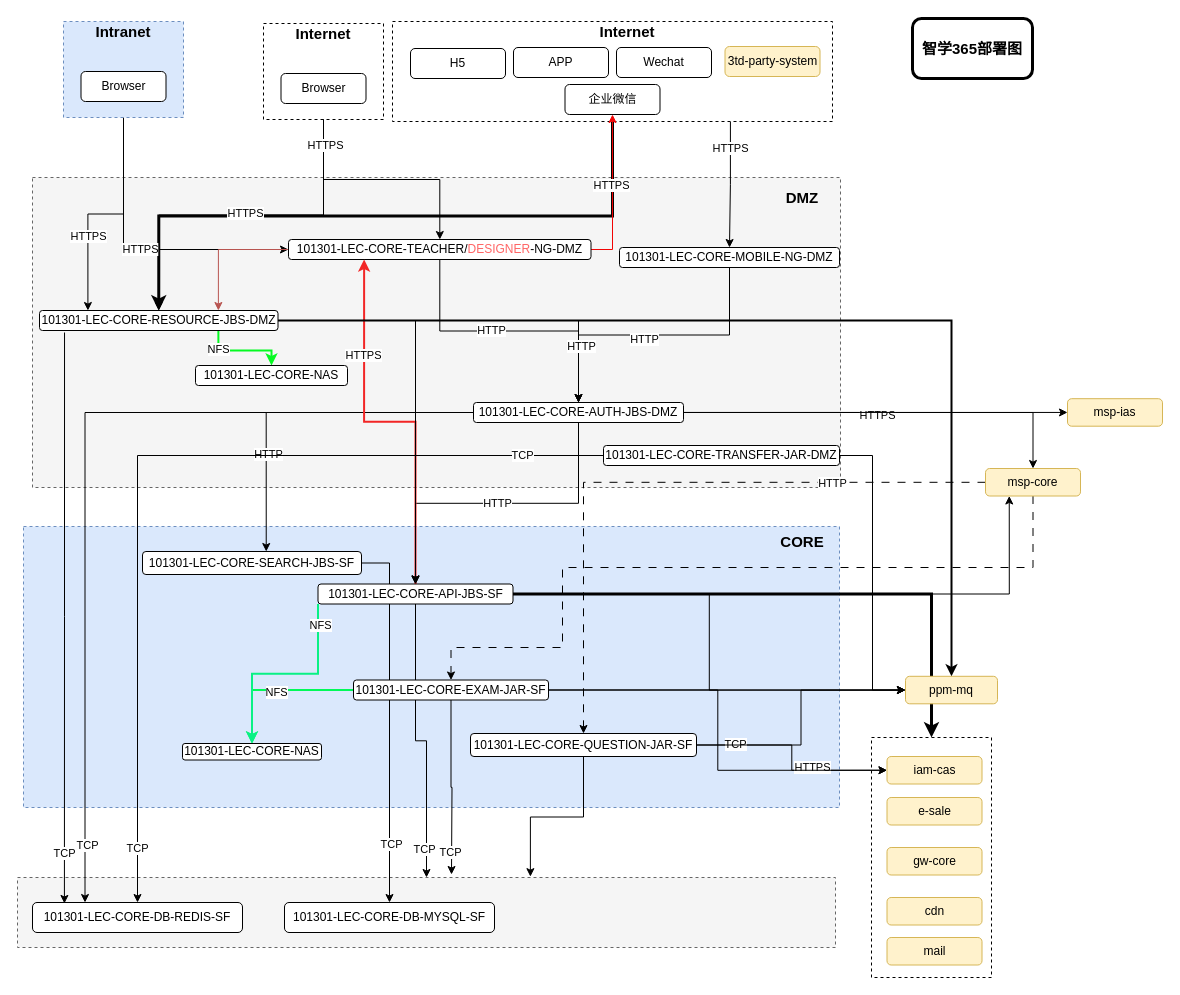
Earlier version of the draw.io diagram page "第 2 页" (2 of 2) of 部署逻辑图.drawio (rainerpiao/cloud-computing). Source tidied: cells renumbered, new cells numbered last; positions are measured from the earlier drawing's top-left corner, leaving out a move shared by most shapes. Both pictures are drawn from the tidied source at 100%, with x=0, y=0 at pixel (17, 18).
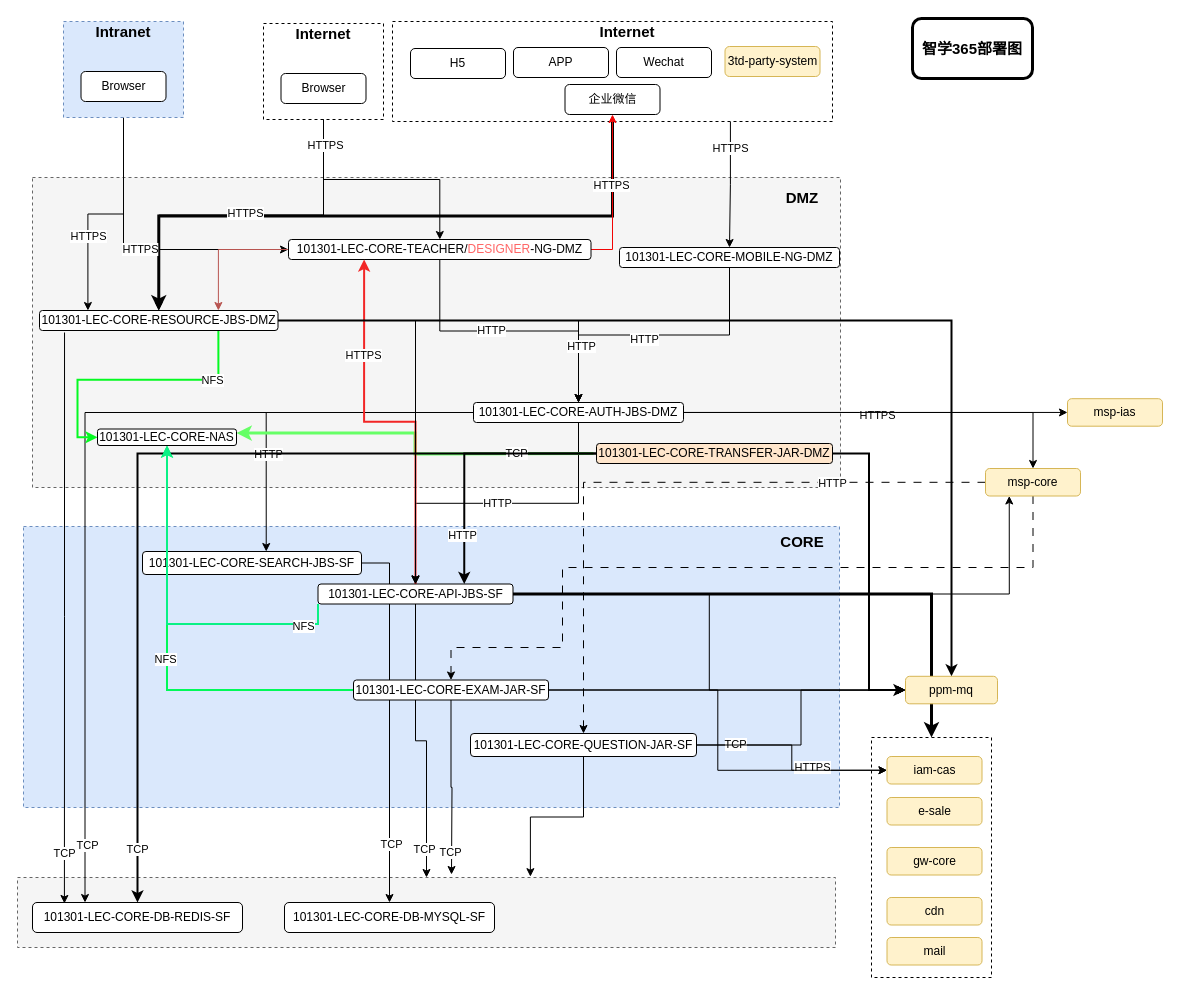
The same diagram, later.

Commit message:
更新部署逻辑图.drawio

The change refers to these unchanged cells:
```xml
<mxCell id="36" value="101301-LEC-CORE-AUTH-JBS-DMZ" style="rounded=1;whiteSpace=wrap;html=1;strokeColor=default;fontFamily=Helvetica;fontSize=12;fontColor=default;fillColor=default;" parent="1" vertex="1">
  <mxGeometry x="456" y="384" width="210" height="20" as="geometry" />
</mxCell>
<mxCell id="57" value="101301-LEC-CORE-API-JBS-SF" style="rounded=1;whiteSpace=wrap;html=1;strokeColor=default;fontFamily=Helvetica;fontSize=12;fontColor=default;fillColor=default;" parent="1" vertex="1">
  <mxGeometry x="300.5" y="565.5" width="195" height="20" as="geometry" />
</mxCell>
<mxCell id="66" value="101301-LEC-CORE-RESOURCE-JBS-DMZ" style="rounded=1;whiteSpace=wrap;html=1;strokeColor=default;fontFamily=Helvetica;fontSize=12;fontColor=default;fillColor=default;" parent="1" vertex="1">
  <mxGeometry x="22" y="292" width="238.5" height="20" as="geometry" />
</mxCell>
<mxCell id="95" value="ppm-mq" style="rounded=1;whiteSpace=wrap;html=1;strokeColor=#d6b656;fontFamily=Helvetica;fontSize=12;fillColor=#fff2cc;" parent="1" vertex="1">
  <mxGeometry x="888" y="657.8" width="92" height="27.5" as="geometry" />
</mxCell>
<mxCell id="96" value="101301-LEC-CORE-DB-REDIS-SF" style="rounded=1;whiteSpace=wrap;html=1;strokeColor=default;fontFamily=Helvetica;fontSize=12;fontColor=default;fillColor=default;" parent="1" vertex="1">
  <mxGeometry x="15" y="884" width="210" height="30" as="geometry" />
</mxCell>
<mxCell id="101" value="msp-ias" style="rounded=1;whiteSpace=wrap;html=1;strokeColor=#d6b656;fontFamily=Helvetica;fontSize=12;fillColor=#fff2cc;" parent="1" vertex="1">
  <mxGeometry x="1050" y="380.2" width="95" height="27.5" as="geometry" />
</mxCell>
```

What changed in the source:
```diff
@@
-    <mxCell id="33" style="edgeStyle=orthogonalEdgeStyle;rounded=0;jettySize=auto;html=1;entryX=0;entryY=0.5;entryDx=0;entryDy=0;" parent="1" edge="1" source="36" target="101">
-      <mxGeometry relative="1" as="geometry" />
+    <mxCell id="33" style="edgeStyle=orthogonalEdgeStyle;rounded=0;jettySize=auto;html=1;entryX=1;entryY=0.25;entryDx=0;entryDy=0;strokeWidth=3;strokeColor=#66FF66;" parent="1" edge="1" target="104">
+      <mxGeometry relative="1" as="geometry">
+        <mxPoint x="576" y="435" as="sourcePoint" />
+      </mxGeometry>
     </mxCell>
@@
+    <mxCell id="108" style="edgeStyle=orthogonalEdgeStyle;rounded=0;jettySize=auto;html=1;entryX=0;entryY=0.5;entryDx=0;entryDy=0;" parent="1" edge="1" source="36" target="101">
+      <mxGeometry relative="1" as="geometry" />
+    </mxCell>
@@
-    <mxCell id="58" style="edgeStyle=orthogonalEdgeStyle;rounded=0;jettySize=auto;html=1;exitX=0.75;exitY=1;exitDx=0;exitDy=0;strokeWidth=2;strokeColor=#05fa22;" parent="1" edge="1" source="66" target="100">
+    <mxCell id="58" style="edgeStyle=orthogonalEdgeStyle;rounded=0;jettySize=auto;html=1;exitX=0.75;exitY=1;exitDx=0;exitDy=0;strokeWidth=2;strokeColor=#05fa22;entryX=0;entryY=0.5;entryDx=0;entryDy=0;" parent="1" edge="1" source="66" target="104">
       <mxGeometry relative="1" as="geometry" />
     </mxCell>
@@
-    <mxCell id="67" style="edgeStyle=orthogonalEdgeStyle;rounded=0;jettySize=auto;html=1;entryX=0;entryY=0.5;entryDx=0;entryDy=0;" parent="1" edge="1" source="73" target="95">
+    <mxCell id="67" style="edgeStyle=orthogonalEdgeStyle;rounded=0;jettySize=auto;html=1;entryX=0;entryY=0.5;entryDx=0;entryDy=0;strokeWidth=2;" parent="1" edge="1" source="73" target="95">
       <mxGeometry relative="1" as="geometry" />
     </mxCell>
@@
-    <mxCell id="69" style="edgeStyle=orthogonalEdgeStyle;rounded=0;jettySize=auto;html=1;" parent="1" edge="1" source="73" target="96">
+    <mxCell id="69" style="edgeStyle=orthogonalEdgeStyle;rounded=0;jettySize=auto;html=1;strokeWidth=2;" parent="1" edge="1" source="73" target="96">
       <mxGeometry relative="1" as="geometry" />
     </mxCell>
@@
+    <mxCell id="109" style="edgeStyle=orthogonalEdgeStyle;rounded=0;jettySize=auto;html=1;entryX=0.75;entryY=0;entryDx=0;entryDy=0;strokeWidth=2;" parent="1" edge="1" source="73" target="57">
+      <mxGeometry relative="1" as="geometry" />
+    </mxCell>
+    <mxCell id="110" value="HTTP" style="edgeLabel;html=1;align=center;verticalAlign=middle;" parent="109" vertex="1">
+      <mxGeometry x="0.63" y="-2" relative="1" as="geometry" />
+    </mxCell>
-    <mxCell id="73" value="101301-LEC-CORE-TRANSFER-JAR-DMZ" style="rounded=1;whiteSpace=wrap;html=1;strokeColor=default;fontFamily=Helvetica;fontSize=12;fontColor=default;fillColor=default;" parent="1" vertex="1">
-      <mxGeometry x="586" y="427" width="236" height="20" as="geometry" />
+    <mxCell id="73" value="101301-LEC-CORE-TRANSFER-JAR-DMZ" style="rounded=1;whiteSpace=wrap;html=1;strokeColor=default;fontFamily=Helvetica;fontSize=12;fontColor=default;fillColor=#FFE6CC;fillStyle=auto;" parent="1" vertex="1">
+      <mxGeometry x="579" y="425" width="236" height="20" as="geometry" />
     </mxCell>
@@
-    <mxCell id="100" value="101301-LEC-CORE-NAS" style="rounded=1;whiteSpace=wrap;html=1;strokeColor=default;fontFamily=Helvetica;fontSize=12;fontColor=default;fillColor=default;" parent="1" vertex="1">
-      <mxGeometry x="178" y="347" width="152" height="20" as="geometry" />
-    </mxCell>
@@
     <mxCell id="104" value="101301-LEC-CORE-NAS" style="rounded=1;whiteSpace=wrap;html=1;strokeColor=default;fontFamily=Helvetica;fontSize=12;fontColor=default;fillColor=default;" parent="1" vertex="1">
-      <mxGeometry x="165" y="725" width="139" height="16.5" as="geometry" />
+      <mxGeometry x="80" y="410.5" width="139" height="16.5" as="geometry" />
     </mxCell>
```
